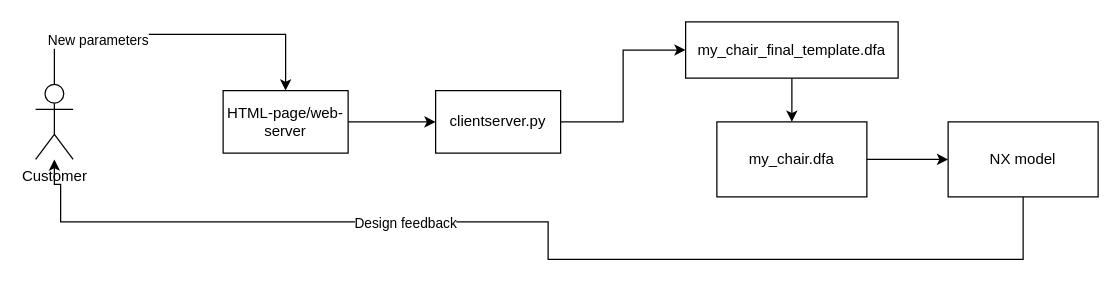
This is Architecture.drawio from opetlund/TMM4275, a draw.io file, before an edit. Source tidied: cells renumbered, new cells numbered last; positions are measured from the earlier drawing's top-left corner, leaving out a move shared by most shapes. Both pictures are drawn from the tidied source at 125%, with x=0, y=0 at pixel (35, 21).
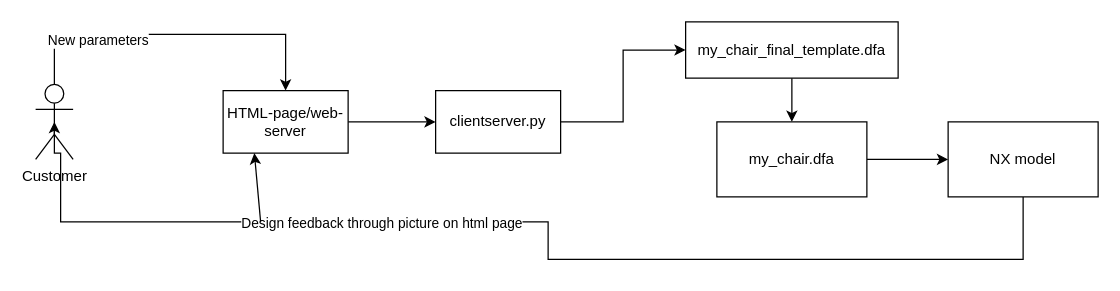
Above is the later version.

Unchanged cells that the change refers to:
```xml
<mxCell id="3" value="HTML-page/web-server" style="rounded=0;whiteSpace=wrap;html=1;" parent="1" vertex="1">
  <mxGeometry x="150" y="55" width="100" height="50" as="geometry" />
</mxCell>
<mxCell id="6" value="Customer" style="shape=umlActor;verticalLabelPosition=bottom;verticalAlign=top;html=1;outlineConnect=0;" parent="1" vertex="1">
  <mxGeometry y="50" width="30" height="60" as="geometry" />
</mxCell>
<mxCell id="15" value="NX model" style="rounded=0;whiteSpace=wrap;html=1;" parent="1" vertex="1">
  <mxGeometry x="730" y="80" width="120" height="60" as="geometry" />
</mxCell>
```

The edit, as a diff of the source:
```diff
@@
-    <mxCell id="13" style="edgeStyle=orthogonalEdgeStyle;rounded=0;jettySize=auto;html=1;" parent="1" edge="1" source="15" target="6">
+    <mxCell id="13" style="edgeStyle=orthogonalEdgeStyle;rounded=0;jettySize=auto;html=1;entryX=0.5;entryY=0.5;entryDx=0;entryDy=0;entryPerimeter=0;" parent="1" edge="1" source="15" target="6">
       <mxGeometry relative="1" as="geometry">
         <Array as="points">
           <mxPoint x="790" y="190" />
           <mxPoint x="410" y="190" />
           <mxPoint x="410" y="160" />
           <mxPoint x="20" y="160" />
-          <mxPoint x="20" y="130" />
-          <mxPoint x="15" y="130" />
+          <mxPoint x="20" y="105" />
+          <mxPoint x="15" y="105" />
         </Array>
       </mxGeometry>
     </mxCell>
-    <mxCell id="14" value="Design feedback" style="edgeLabel;html=1;align=center;verticalAlign=middle;" parent="13" vertex="1">
+    <mxCell id="14" value="Design feedback through picture on html page" style="edgeLabel;html=1;align=center;verticalAlign=middle;" parent="13" vertex="1">
       <mxGeometry x="0.27" relative="1" as="geometry" />
     </mxCell>
@@
+    <mxCell id="16" style="endArrow=classic;html=1;entryX=0.25;entryY=1;entryDx=0;entryDy=0;" parent="1" edge="1" target="3">
+      <mxGeometry relative="1" as="geometry">
+        <mxPoint x="180" y="160" as="sourcePoint" />
+      </mxGeometry>
+    </mxCell>
```
